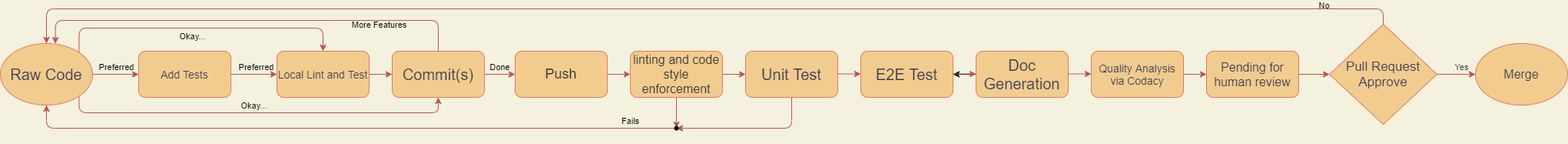
The draw.io diagram admin/cipipeline/phase2.drawio.png in cse110-fa21-group30/cse110-fa21-group30, before a commit. Source tidied: cells renumbered, new cells last; positions are measured from the earlier drawing's top-left corner, leaving out a move shared by most shapes.
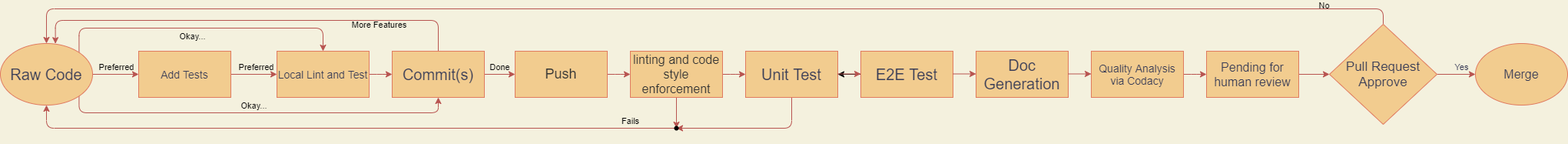
Later version of the same file.

Change to the diagram source:
```diff
@@ -2,7 +2,7 @@
   <root>
     <mxCell id="0" />
     <mxCell id="1" parent="0" />
-    <mxCell id="2" style="edgeStyle=orthogonalEdgeStyle;rounded=1;jettySize=auto;html=1;startArrow=none;startFill=0;endArrow=classic;endFill=1;fillColor=#f8cecc;strokeColor=#b85450;" parent="1" edge="1" source="6" target="33">
+    <mxCell id="2" style="edgeStyle=orthogonalEdgeStyle;jettySize=auto;html=1;startArrow=none;startFill=0;endArrow=classic;endFill=1;fillColor=#f8cecc;strokeColor=#b85450;" parent="1" edge="1" source="6" target="33">
       <mxGeometry relative="1" as="geometry" />
     </mxCell>
     <mxCell id="3" value="Done" style="edgeLabel;html=1;align=center;verticalAlign=middle;labelBackgroundColor=none;" parent="2" vertex="1">
@@ -10,7 +10,7 @@
         <mxPoint x="16" y="-10" as="offset" />
       </mxGeometry>
     </mxCell>
-    <mxCell id="4" style="edgeStyle=orthogonalEdgeStyle;rounded=1;jettySize=auto;html=1;entryX=0.597;entryY=0.003;entryDx=0;entryDy=0;entryPerimeter=0;startArrow=none;startFill=0;endArrow=classic;endFill=1;fillColor=#f8cecc;strokeColor=#b85450;" parent="1" edge="1" source="6" target="21">
+    <mxCell id="4" style="edgeStyle=orthogonalEdgeStyle;jettySize=auto;html=1;entryX=0.597;entryY=0.003;entryDx=0;entryDy=0;entryPerimeter=0;startArrow=none;startFill=0;endArrow=classic;endFill=1;fillColor=#f8cecc;strokeColor=#b85450;" parent="1" edge="1" source="6" target="21">
       <mxGeometry relative="1" as="geometry">
         <Array as="points">
           <mxPoint x="570" />
@@ -23,19 +23,19 @@
         <mxPoint x="-20" y="4" as="offset" />
       </mxGeometry>
     </mxCell>
-    <mxCell id="6" value="&lt;font style=&quot;font-size: 20px&quot;&gt;Commit(s)&lt;/font&gt;" style="whiteSpace=wrap;html=1;fillColor=#F2CC8F;strokeColor=#E07A5F;fontColor=#393C56;rounded=1;" parent="1" vertex="1">
+    <mxCell id="6" value="&lt;font style=&quot;font-size: 20px&quot;&gt;Commit(s)&lt;/font&gt;" style="whiteSpace=wrap;html=1;fillColor=#F2CC8F;strokeColor=#E07A5F;fontColor=#393C56;" parent="1" vertex="1">
       <mxGeometry x="510" y="40" width="120" height="60" as="geometry" />
     </mxCell>
-    <mxCell id="7" style="edgeStyle=orthogonalEdgeStyle;rounded=1;jettySize=auto;html=1;startArrow=none;startFill=0;endArrow=classic;endFill=1;fillColor=#f8cecc;strokeColor=#b85450;exitX=1;exitY=0.5;exitDx=0;exitDy=0;" parent="1" edge="1" source="9" target="12">
+    <mxCell id="7" style="edgeStyle=orthogonalEdgeStyle;jettySize=auto;html=1;startArrow=none;startFill=0;endArrow=classic;endFill=1;fillColor=#f8cecc;strokeColor=#b85450;exitX=1;exitY=0.5;exitDx=0;exitDy=0;" parent="1" edge="1" source="9" target="12">
       <mxGeometry relative="1" as="geometry" />
     </mxCell>
-    <mxCell id="8" style="edgeStyle=orthogonalEdgeStyle;rounded=1;jettySize=auto;html=1;startArrow=none;startFill=0;endArrow=classic;endFill=1;fillColor=#f8cecc;strokeColor=#b85450;" parent="1" edge="1" source="9" target="36">
+    <mxCell id="8" style="edgeStyle=orthogonalEdgeStyle;jettySize=auto;html=1;startArrow=none;startFill=0;endArrow=classic;endFill=1;fillColor=#f8cecc;strokeColor=#b85450;" parent="1" edge="1" source="9" target="36">
       <mxGeometry relative="1" as="geometry" />
     </mxCell>
-    <mxCell id="9" value="&lt;span style=&quot;font-family: &amp;#34;lato extended&amp;#34; , &amp;#34;lato&amp;#34; , &amp;#34;helvetica neue&amp;#34; , &amp;#34;helvetica&amp;#34; , &amp;#34;arial&amp;#34; , sans-serif ; text-align: left&quot;&gt;&lt;font style=&quot;font-size: 16px&quot; color=&quot;#333333&quot;&gt;linting and code style enforcement&lt;/font&gt;&lt;/span&gt;" style="whiteSpace=wrap;html=1;fillColor=#F2CC8F;strokeColor=#E07A5F;fontColor=#393C56;rounded=1;" parent="1" vertex="1">
+    <mxCell id="9" value="&lt;span style=&quot;font-family: &amp;#34;lato extended&amp;#34; , &amp;#34;lato&amp;#34; , &amp;#34;helvetica neue&amp;#34; , &amp;#34;helvetica&amp;#34; , &amp;#34;arial&amp;#34; , sans-serif ; text-align: left&quot;&gt;&lt;font style=&quot;font-size: 16px&quot; color=&quot;#333333&quot;&gt;linting and code style enforcement&lt;/font&gt;&lt;/span&gt;" style="whiteSpace=wrap;html=1;fillColor=#F2CC8F;strokeColor=#E07A5F;fontColor=#393C56;" parent="1" vertex="1">
       <mxGeometry x="820" y="40" width="120" height="60" as="geometry" />
     </mxCell>
-    <mxCell id="10" style="edgeStyle=orthogonalEdgeStyle;rounded=1;jettySize=auto;html=1;entryX=0.715;entryY=0.685;entryDx=0;entryDy=0;entryPerimeter=0;startArrow=none;startFill=0;endArrow=classic;endFill=1;fillColor=#f8cecc;strokeColor=#b85450;" parent="1" edge="1" source="12" target="36">
+    <mxCell id="10" style="edgeStyle=orthogonalEdgeStyle;jettySize=auto;html=1;entryX=0.715;entryY=0.685;entryDx=0;entryDy=0;entryPerimeter=0;startArrow=none;startFill=0;endArrow=classic;endFill=1;fillColor=#f8cecc;strokeColor=#b85450;" parent="1" edge="1" source="12" target="36">
       <mxGeometry relative="1" as="geometry">
         <Array as="points">
           <mxPoint x="1030" y="140" />
@@ -47,16 +47,16 @@
         <mxPoint x="1120" y="70" as="targetPoint" />
       </mxGeometry>
     </mxCell>
-    <mxCell id="12" value="&lt;font style=&quot;font-size: 20px&quot;&gt;Unit Test&lt;/font&gt;" style="whiteSpace=wrap;html=1;fillColor=#F2CC8F;strokeColor=#E07A5F;fontColor=#393C56;rounded=1;" parent="1" vertex="1">
+    <mxCell id="12" value="&lt;font style=&quot;font-size: 20px&quot;&gt;Unit Test&lt;/font&gt;" style="whiteSpace=wrap;html=1;fillColor=#F2CC8F;strokeColor=#E07A5F;fontColor=#393C56;" parent="1" vertex="1">
       <mxGeometry x="970" y="40" width="120" height="60" as="geometry" />
     </mxCell>
-    <mxCell id="13" style="edgeStyle=orthogonalEdgeStyle;rounded=1;jettySize=auto;html=1;startArrow=none;startFill=0;endArrow=classic;endFill=1;fillColor=#f8cecc;strokeColor=#b85450;" parent="1" edge="1" source="14" target="29">
+    <mxCell id="13" style="edgeStyle=orthogonalEdgeStyle;jettySize=auto;html=1;startArrow=none;startFill=0;endArrow=classic;endFill=1;fillColor=#f8cecc;strokeColor=#b85450;" parent="1" edge="1" source="14" target="29">
       <mxGeometry relative="1" as="geometry" />
     </mxCell>
-    <mxCell id="14" value="&lt;font style=&quot;font-size: 16px&quot;&gt;Pending for human review&lt;/font&gt;" style="whiteSpace=wrap;html=1;fillColor=#F2CC8F;strokeColor=#E07A5F;fontColor=#393C56;rounded=1;" parent="1" vertex="1">
+    <mxCell id="14" value="&lt;font style=&quot;font-size: 16px&quot;&gt;Pending for human review&lt;/font&gt;" style="whiteSpace=wrap;html=1;fillColor=#F2CC8F;strokeColor=#E07A5F;fontColor=#393C56;" parent="1" vertex="1">
       <mxGeometry x="1570" y="40" width="120" height="60" as="geometry" />
     </mxCell>
-    <mxCell id="15" style="edgeStyle=orthogonalEdgeStyle;rounded=1;jettySize=auto;html=1;startArrow=none;startFill=0;endArrow=classic;endFill=1;fillColor=#f8cecc;strokeColor=#b85450;" parent="1" edge="1" source="21" target="39">
+    <mxCell id="15" style="edgeStyle=orthogonalEdgeStyle;jettySize=auto;html=1;startArrow=none;startFill=0;endArrow=classic;endFill=1;fillColor=#f8cecc;strokeColor=#b85450;" parent="1" edge="1" source="21" target="39">
       <mxGeometry relative="1" as="geometry" />
     </mxCell>
     <mxCell id="16" value="Preferred" style="edgeLabel;html=1;align=center;verticalAlign=middle;labelBackgroundColor=none;" parent="15" vertex="1">
@@ -64,7 +64,7 @@
         <mxPoint x="-9" y="-10" as="offset" />
       </mxGeometry>
     </mxCell>
-    <mxCell id="17" style="edgeStyle=orthogonalEdgeStyle;rounded=1;jettySize=auto;html=1;exitX=1;exitY=0;exitDx=0;exitDy=0;entryX=0.5;entryY=0;entryDx=0;entryDy=0;startArrow=none;startFill=0;endArrow=classic;endFill=1;fillColor=#f8cecc;strokeColor=#b85450;" parent="1" edge="1" source="21" target="31">
+    <mxCell id="17" style="edgeStyle=orthogonalEdgeStyle;jettySize=auto;html=1;exitX=1;exitY=0;exitDx=0;exitDy=0;entryX=0.5;entryY=0;entryDx=0;entryDy=0;startArrow=none;startFill=0;endArrow=classic;endFill=1;fillColor=#f8cecc;strokeColor=#b85450;" parent="1" edge="1" source="21" target="31">
       <mxGeometry relative="1" as="geometry">
         <Array as="points">
           <mxPoint x="102" y="10" />
@@ -77,7 +77,7 @@
         <mxPoint x="32" y="12" as="offset" />
       </mxGeometry>
     </mxCell>
-    <mxCell id="19" style="edgeStyle=orthogonalEdgeStyle;rounded=1;jettySize=auto;html=1;exitX=1;exitY=1;exitDx=0;exitDy=0;entryX=0.5;entryY=1;entryDx=0;entryDy=0;startArrow=none;startFill=0;endArrow=classic;endFill=1;fillColor=#f8cecc;strokeColor=#b85450;" parent="1" edge="1" source="21" target="6">
+    <mxCell id="19" style="edgeStyle=orthogonalEdgeStyle;jettySize=auto;html=1;exitX=1;exitY=1;exitDx=0;exitDy=0;entryX=0.5;entryY=1;entryDx=0;entryDy=0;startArrow=none;startFill=0;endArrow=classic;endFill=1;fillColor=#f8cecc;strokeColor=#b85450;" parent="1" edge="1" source="21" target="6">
       <mxGeometry relative="1" as="geometry">
         <Array as="points">
           <mxPoint x="102" y="120" />
@@ -93,16 +93,16 @@
     <mxCell id="21" value="&lt;font style=&quot;font-size: 20px&quot;&gt;Raw Code&lt;/font&gt;" style="ellipse;whiteSpace=wrap;html=1;fillColor=#F2CC8F;strokeColor=#E07A5F;fontColor=#393C56;" parent="1" vertex="1">
       <mxGeometry y="30" width="120" height="80" as="geometry" />
     </mxCell>
-    <mxCell id="22" value="&lt;font style=&quot;font-size: 16px&quot;&gt;Merge&lt;/font&gt;" style="ellipse;whiteSpace=wrap;html=1;rounded=0;sketch=0;fontColor=#393C56;strokeColor=#E07A5F;fillColor=#F2CC8F;" parent="1" vertex="1">
+    <mxCell id="22" value="&lt;font style=&quot;font-size: 16px&quot;&gt;Merge&lt;/font&gt;" style="ellipse;whiteSpace=wrap;html=1;sketch=0;fontColor=#393C56;strokeColor=#E07A5F;fillColor=#F2CC8F;" parent="1" vertex="1">
       <mxGeometry x="1920" y="30" width="120" height="80" as="geometry" />
     </mxCell>
-    <mxCell id="23" style="edgeStyle=orthogonalEdgeStyle;rounded=1;jettySize=auto;html=1;startArrow=none;startFill=0;endArrow=classic;endFill=1;fillColor=#f8cecc;strokeColor=#b85450;" parent="1" edge="1" source="24" target="14">
+    <mxCell id="23" style="edgeStyle=orthogonalEdgeStyle;jettySize=auto;html=1;startArrow=none;startFill=0;endArrow=classic;endFill=1;fillColor=#f8cecc;strokeColor=#b85450;" parent="1" edge="1" source="24" target="14">
       <mxGeometry relative="1" as="geometry" />
     </mxCell>
-    <mxCell id="24" value="&lt;font style=&quot;font-size: 14px&quot;&gt;Quality Analysis via Codacy&lt;/font&gt;" style="rounded=1;whiteSpace=wrap;html=1;fillColor=#F2CC8F;strokeColor=#E07A5F;fontColor=#393C56;" parent="1" vertex="1">
+    <mxCell id="24" value="&lt;font style=&quot;font-size: 14px&quot;&gt;Quality Analysis via Codacy&lt;/font&gt;" style="whiteSpace=wrap;html=1;fillColor=#F2CC8F;strokeColor=#E07A5F;fontColor=#393C56;" parent="1" vertex="1">
       <mxGeometry x="1420" y="40" width="120" height="60" as="geometry" />
     </mxCell>
-    <mxCell id="25" style="edgeStyle=orthogonalEdgeStyle;curved=0;rounded=1;sketch=0;jettySize=auto;html=1;exitX=0.5;exitY=0;exitDx=0;exitDy=0;entryX=0.5;entryY=0;entryDx=0;entryDy=0;fontColor=#393C56;strokeColor=#b85450;fillColor=#f8cecc;" parent="1" edge="1" source="29" target="21">
+    <mxCell id="25" style="edgeStyle=orthogonalEdgeStyle;curved=0;sketch=0;jettySize=auto;html=1;exitX=0.5;exitY=0;exitDx=0;exitDy=0;entryX=0.5;entryY=0;entryDx=0;entryDy=0;fontColor=#393C56;strokeColor=#b85450;fillColor=#f8cecc;" parent="1" edge="1" source="29" target="21">
       <mxGeometry relative="1" as="geometry" />
     </mxCell>
     <mxCell id="26" value="&lt;font color=&quot;#030303&quot;&gt;No&lt;/font&gt;" style="edgeLabel;html=1;align=center;verticalAlign=middle;fontColor=#393C56;labelBackgroundColor=none;" parent="25" vertex="1">
@@ -110,7 +110,7 @@
         <mxPoint x="63" y="-8" as="offset" />
       </mxGeometry>
     </mxCell>
-    <mxCell id="27" style="edgeStyle=orthogonalEdgeStyle;curved=0;rounded=1;sketch=0;jettySize=auto;html=1;exitX=1;exitY=0.5;exitDx=0;exitDy=0;fontColor=#393C56;strokeColor=#b85450;fillColor=#f8cecc;" parent="1" edge="1" source="29" target="22">
+    <mxCell id="27" style="edgeStyle=orthogonalEdgeStyle;curved=0;sketch=0;jettySize=auto;html=1;exitX=1;exitY=0.5;exitDx=0;exitDy=0;fontColor=#393C56;strokeColor=#b85450;fillColor=#f8cecc;" parent="1" edge="1" source="29" target="22">
       <mxGeometry relative="1" as="geometry" />
     </mxCell>
     <mxCell id="28" value="Yes" style="edgeLabel;html=1;align=center;verticalAlign=middle;fontColor=#393C56;labelBackgroundColor=none;" parent="27" vertex="1">
@@ -118,22 +118,22 @@
         <mxPoint x="12" y="-9" as="offset" />
       </mxGeometry>
     </mxCell>
-    <mxCell id="29" value="&lt;span style=&quot;font-size: 17px&quot;&gt;Pull Request Approve&lt;/span&gt;" style="rhombus;whiteSpace=wrap;html=1;rounded=0;sketch=0;fontColor=#393C56;strokeColor=#E07A5F;fillColor=#F2CC8F;" parent="1" vertex="1">
+    <mxCell id="29" value="&lt;span style=&quot;font-size: 17px&quot;&gt;Pull Request Approve&lt;/span&gt;" style="rhombus;whiteSpace=wrap;html=1;sketch=0;fontColor=#393C56;strokeColor=#E07A5F;fillColor=#F2CC8F;" parent="1" vertex="1">
       <mxGeometry x="1730" y="5" width="140" height="130" as="geometry" />
     </mxCell>
-    <mxCell id="30" style="edgeStyle=orthogonalEdgeStyle;rounded=1;jettySize=auto;html=1;fillColor=#f8cecc;strokeColor=#b85450;" parent="1" edge="1" source="31" target="6">
+    <mxCell id="30" style="edgeStyle=orthogonalEdgeStyle;jettySize=auto;html=1;fillColor=#f8cecc;strokeColor=#b85450;" parent="1" edge="1" source="31" target="6">
       <mxGeometry relative="1" as="geometry" />
     </mxCell>
-    <mxCell id="31" value="&lt;font style=&quot;font-size: 14px&quot;&gt;Local Lint and Test&lt;/font&gt;" style="whiteSpace=wrap;html=1;fillColor=#F2CC8F;strokeColor=#E07A5F;fontColor=#393C56;rounded=1;fontSize=16;" parent="1" vertex="1">
+    <mxCell id="31" value="&lt;font style=&quot;font-size: 14px&quot;&gt;Local Lint and Test&lt;/font&gt;" style="whiteSpace=wrap;html=1;fillColor=#F2CC8F;strokeColor=#E07A5F;fontColor=#393C56;fontSize=16;" parent="1" vertex="1">
       <mxGeometry x="360" y="40" width="120" height="60" as="geometry" />
     </mxCell>
-    <mxCell id="32" style="edgeStyle=orthogonalEdgeStyle;rounded=1;jettySize=auto;html=1;startArrow=none;startFill=0;endArrow=classic;endFill=1;fillColor=#f8cecc;strokeColor=#b85450;" parent="1" edge="1" source="33" target="9">
+    <mxCell id="32" style="edgeStyle=orthogonalEdgeStyle;jettySize=auto;html=1;startArrow=none;startFill=0;endArrow=classic;endFill=1;fillColor=#f8cecc;strokeColor=#b85450;" parent="1" edge="1" source="33" target="9">
       <mxGeometry relative="1" as="geometry" />
     </mxCell>
-    <mxCell id="33" value="&lt;span style=&quot;font-family: &amp;#34;lato extended&amp;#34; , &amp;#34;lato&amp;#34; , &amp;#34;helvetica neue&amp;#34; , &amp;#34;helvetica&amp;#34; , &amp;#34;arial&amp;#34; , sans-serif ; text-align: left&quot;&gt;&lt;font style=&quot;font-size: 18px&quot; color=&quot;#333333&quot;&gt;Push&lt;/font&gt;&lt;/span&gt;" style="whiteSpace=wrap;html=1;fillColor=#F2CC8F;strokeColor=#E07A5F;fontColor=#393C56;rounded=1;" parent="1" vertex="1">
+    <mxCell id="33" value="&lt;span style=&quot;font-family: &amp;#34;lato extended&amp;#34; , &amp;#34;lato&amp;#34; , &amp;#34;helvetica neue&amp;#34; , &amp;#34;helvetica&amp;#34; , &amp;#34;arial&amp;#34; , sans-serif ; text-align: left&quot;&gt;&lt;font style=&quot;font-size: 18px&quot; color=&quot;#333333&quot;&gt;Push&lt;/font&gt;&lt;/span&gt;" style="whiteSpace=wrap;html=1;fillColor=#F2CC8F;strokeColor=#E07A5F;fontColor=#393C56;" parent="1" vertex="1">
       <mxGeometry x="670" y="40" width="120" height="60" as="geometry" />
     </mxCell>
-    <mxCell id="34" style="edgeStyle=orthogonalEdgeStyle;rounded=1;jettySize=auto;html=1;entryX=0.5;entryY=1;entryDx=0;entryDy=0;startArrow=none;startFill=0;endArrow=classic;endFill=1;fillColor=#f8cecc;strokeColor=#b85450;" parent="1" edge="1" source="36" target="21">
+    <mxCell id="34" style="edgeStyle=orthogonalEdgeStyle;jettySize=auto;html=1;entryX=0.5;entryY=1;entryDx=0;entryDy=0;startArrow=none;startFill=0;endArrow=classic;endFill=1;fillColor=#f8cecc;strokeColor=#b85450;" parent="1" edge="1" source="36" target="21">
       <mxGeometry relative="1" as="geometry" />
     </mxCell>
     <mxCell id="35" value="Fails" style="edgeLabel;html=1;align=center;verticalAlign=middle;labelBackgroundColor=none;" parent="34" vertex="1">
@@ -144,7 +144,7 @@
     <mxCell id="36" style="shape=waypoint;sketch=0;fillStyle=solid;size=6;points=[];fillColor=none;perimeter=centerPerimeter;snapToPoint=1;labelBackgroundColor=none;" parent="1" vertex="1">
       <mxGeometry x="860" y="120" width="40" height="40" as="geometry" />
     </mxCell>
-    <mxCell id="37" style="edgeStyle=orthogonalEdgeStyle;rounded=1;jettySize=auto;html=1;startArrow=none;startFill=0;endArrow=classic;endFill=1;fillColor=#f8cecc;strokeColor=#b85450;" parent="1" edge="1" source="39" target="31">
+    <mxCell id="37" style="edgeStyle=orthogonalEdgeStyle;jettySize=auto;html=1;startArrow=none;startFill=0;endArrow=classic;endFill=1;fillColor=#f8cecc;strokeColor=#b85450;" parent="1" edge="1" source="39" target="31">
       <mxGeometry relative="1" as="geometry" />
     </mxCell>
     <mxCell id="38" value="Preferred" style="edgeLabel;html=1;align=center;verticalAlign=middle;labelBackgroundColor=none;" parent="37" vertex="1">
@@ -152,35 +152,35 @@
         <mxPoint x="23" y="-10" as="offset" />
       </mxGeometry>
     </mxCell>
-    <mxCell id="39" value="&lt;span style=&quot;font-size: 14px&quot;&gt;Add Tests&lt;br&gt;&lt;/span&gt;" style="whiteSpace=wrap;html=1;fillColor=#F2CC8F;strokeColor=#E07A5F;fontColor=#393C56;rounded=1;fontSize=16;" parent="1" vertex="1">
+    <mxCell id="39" value="&lt;span style=&quot;font-size: 14px&quot;&gt;Add Tests&lt;br&gt;&lt;/span&gt;" style="whiteSpace=wrap;html=1;fillColor=#F2CC8F;strokeColor=#E07A5F;fontColor=#393C56;fontSize=16;" parent="1" vertex="1">
       <mxGeometry x="180" y="40" width="120" height="60" as="geometry" />
     </mxCell>
+    <mxCell id="46" style="edgeStyle=none;html=1;" parent="1" edge="1" source="40" target="12">
+      <mxGeometry relative="1" as="geometry" />
+    </mxCell>
-    <mxCell id="40" value="&lt;font style=&quot;font-size: 20px&quot;&gt;E2E Test&lt;/font&gt;" style="whiteSpace=wrap;html=1;fillColor=#F2CC8F;strokeColor=#E07A5F;fontColor=#393C56;rounded=1;" parent="1" vertex="1">
+    <mxCell id="40" value="&lt;font style=&quot;font-size: 20px&quot;&gt;E2E Test&lt;/font&gt;" style="whiteSpace=wrap;html=1;fillColor=#F2CC8F;strokeColor=#E07A5F;fontColor=#393C56;" parent="1" vertex="1">
       <mxGeometry x="1120" y="40" width="120" height="60" as="geometry" />
     </mxCell>
-    <mxCell id="41" style="edgeStyle=none;html=1;" parent="1" edge="1" source="42" target="40">
-      <mxGeometry relative="1" as="geometry" />
-    </mxCell>
-    <mxCell id="42" value="&lt;font style=&quot;font-size: 20px&quot;&gt;Doc Generation&lt;/font&gt;" style="whiteSpace=wrap;html=1;fillColor=#F2CC8F;strokeColor=#E07A5F;fontColor=#393C56;rounded=1;" parent="1" vertex="1">
+    <mxCell id="42" value="&lt;font style=&quot;font-size: 20px&quot;&gt;Doc Generation&lt;/font&gt;" style="whiteSpace=wrap;html=1;fillColor=#F2CC8F;strokeColor=#E07A5F;fontColor=#393C56;" parent="1" vertex="1">
       <mxGeometry x="1270" y="40" width="120" height="60" as="geometry" />
     </mxCell>
-    <mxCell id="43" style="edgeStyle=orthogonalEdgeStyle;rounded=1;orthogonalLoop=1;jettySize=auto;html=1;startArrow=none;startFill=0;endArrow=classic;endFill=1;fillColor=#f8cecc;strokeColor=#b85450;" parent="1" edge="1">
+    <mxCell id="43" style="edgeStyle=orthogonalEdgeStyle;orthogonalLoop=1;jettySize=auto;html=1;startArrow=none;startFill=0;endArrow=classic;endFill=1;fillColor=#f8cecc;strokeColor=#b85450;" parent="1" edge="1">
       <mxGeometry relative="1" as="geometry">
         <mxPoint x="1390" y="69.5" as="sourcePoint" />
         <mxPoint x="1420" y="69.5" as="targetPoint" />
       </mxGeometry>
     </mxCell>
-    <mxCell id="44" style="edgeStyle=orthogonalEdgeStyle;rounded=1;orthogonalLoop=1;jettySize=auto;html=1;startArrow=none;startFill=0;endArrow=classic;endFill=1;fillColor=#f8cecc;strokeColor=#b85450;" parent="1" edge="1">
-      <mxGeometry relative="1" as="geometry">
-        <mxPoint x="1240" y="69.5" as="sourcePoint" />
-        <mxPoint x="1270" y="69.5" as="targetPoint" />
-      </mxGeometry>
-    </mxCell>
-    <mxCell id="45" style="edgeStyle=orthogonalEdgeStyle;rounded=1;orthogonalLoop=1;jettySize=auto;html=1;startArrow=none;startFill=0;endArrow=classic;endFill=1;fillColor=#f8cecc;strokeColor=#b85450;" parent="1" edge="1">
+    <mxCell id="45" style="edgeStyle=orthogonalEdgeStyle;orthogonalLoop=1;jettySize=auto;html=1;startArrow=none;startFill=0;endArrow=classic;endFill=1;fillColor=#f8cecc;strokeColor=#b85450;" parent="1" edge="1">
       <mxGeometry relative="1" as="geometry">
         <mxPoint x="1090" y="69.5" as="sourcePoint" />
         <mxPoint x="1120" y="69.5" as="targetPoint" />
       </mxGeometry>
     </mxCell>
+    <mxCell id="47" style="edgeStyle=orthogonalEdgeStyle;orthogonalLoop=1;jettySize=auto;html=1;startArrow=none;startFill=0;endArrow=classic;endFill=1;fillColor=#f8cecc;strokeColor=#b85450;" parent="1" edge="1">
+      <mxGeometry relative="1" as="geometry">
+        <mxPoint x="1240" y="69.5" as="sourcePoint" />
+        <mxPoint x="1270" y="69.5" as="targetPoint" />
+      </mxGeometry>
+    </mxCell>
   </root>
 </mxGraphModel>
```
